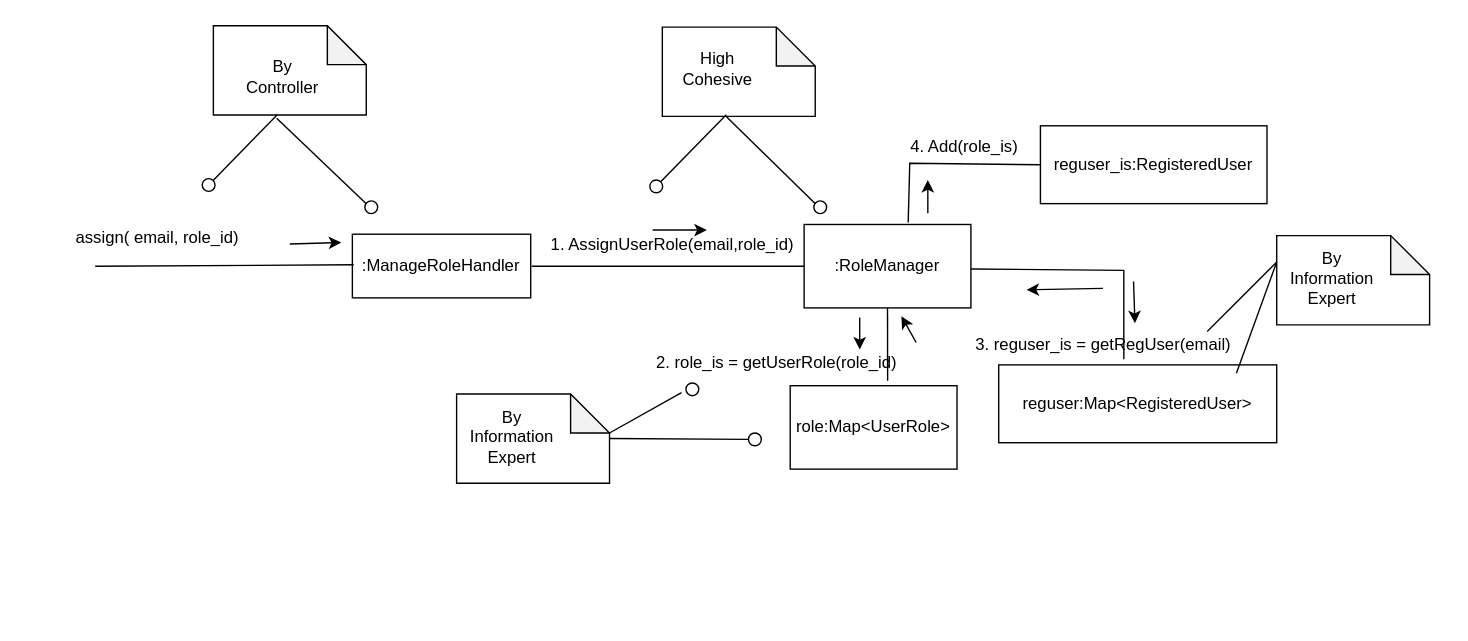
This is page "Page-2" (2 of 3) of operation_diagram_1.drawio from jonamadk/DrawIO, a draw.io file, before an edit. Source tidied: cells renumbered, new cells numbered last; positions are measured from the earlier drawing's top-left corner, leaving out a move shared by most shapes. Both pictures are drawn from the tidied source at 139%, with x=0, y=0 at pixel (24, 24).
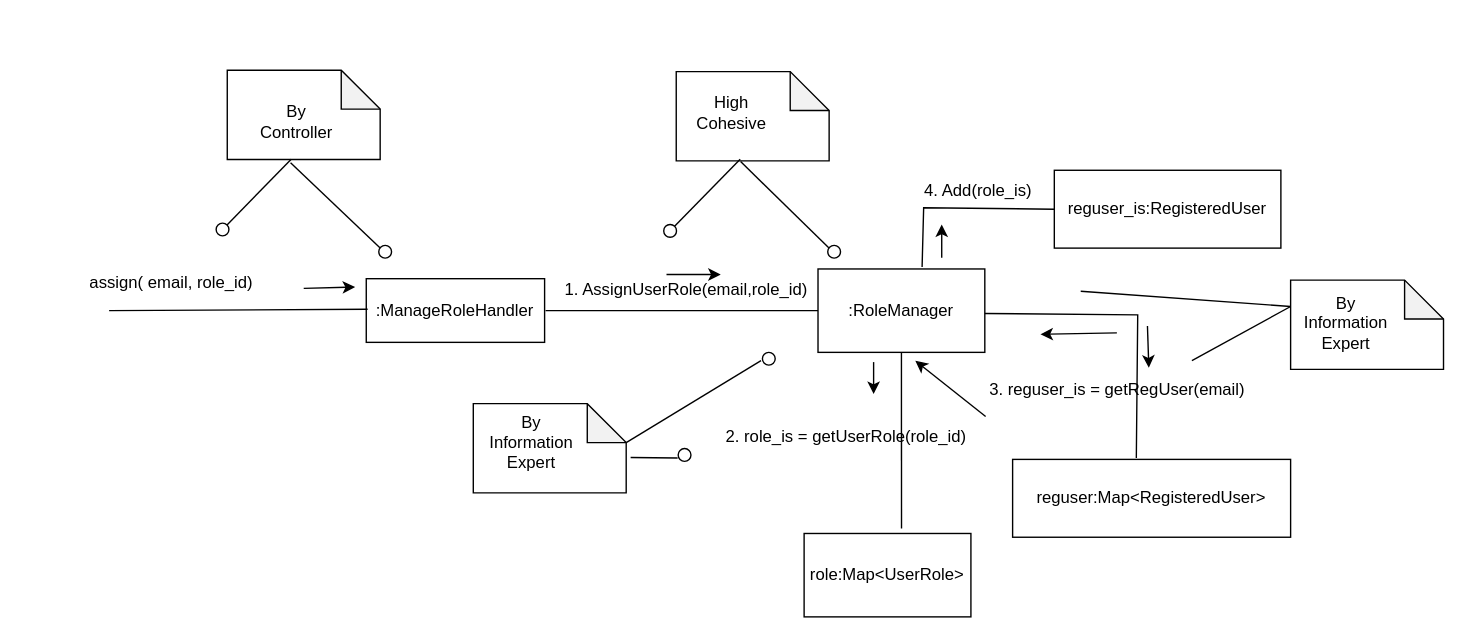
The same diagram, later.

The change refers to these unchanged cells:
```xml
<mxCell id="9" style="group;rotation=0;" parent="4" vertex="1">
  <mxGeometry y="1" width="960" height="320" as="geometry" />
</mxCell>
```

What changed in the source:
```diff
@@
-    <mxCell id="2" style="group;rotation=0;" parent="1" vertex="1">
-      <mxGeometry width="1010" height="394.9" as="geometry" />
-    </mxCell>
-    <mxCell id="3" value="assign( email, role_id)" style="text;html=1;align=center;verticalAlign=middle;whiteSpace=wrap;rounded=0;rotation=0;" parent="2" vertex="1">
-      <mxGeometry x="1" y="140" width="190" height="27.5" as="geometry" />
+    <mxCell id="3" value="assign( email, role_id)" style="text;html=1;align=center;verticalAlign=middle;whiteSpace=wrap;rounded=0;rotation=0;" parent="1" vertex="1">
+      <mxGeometry x="11" y="172" width="190" height="27.5" as="geometry" />
     </mxCell>
-    <mxCell id="4" style="group;rotation=0;" parent="2" vertex="1">
-      <mxGeometry x="51" width="960" height="394.9" as="geometry" />
+    <mxCell id="4" style="group;rotation=0;" parent="1" vertex="1">
+      <mxGeometry x="61" y="32" width="960" height="394.9" as="geometry" />
     </mxCell>
-    <mxCell id="5" style="group;rotation=0;" parent="4" vertex="1">
-      <mxGeometry x="260" y="266" width="110" height="128.3" as="geometry" />
-    </mxCell>
-    <mxCell id="6" style="group;rotation=0;" parent="5" vertex="1">
-      <mxGeometry width="110" height="64.2" as="geometry" />
-    </mxCell>
-    <mxCell id="7" style="shape=note;whiteSpace=wrap;html=1;backgroundOutline=1;darkOpacity=0.05;size=28;rotation=0;" parent="6" vertex="1">
-      <mxGeometry width="110" height="64.2" as="geometry" />
-    </mxCell>
-    <mxCell id="8" value="By Information&lt;div&gt;Expert&lt;/div&gt;" style="text;html=1;align=center;verticalAlign=middle;whiteSpace=wrap;rounded=0;rotation=0;" parent="6" vertex="1">
-      <mxGeometry x="8" y="13" width="64.2" height="36.7" as="geometry" />
-    </mxCell>
@@
-    <mxCell id="14" style="group;rotation=0;" parent="9" vertex="1">
-      <mxGeometry width="850" height="320" as="geometry" />
-    </mxCell>
-    <mxCell id="15" value=":ManageRoleHandler" style="html=1;whiteSpace=wrap;rotation=0;" parent="14" vertex="1">
+    <mxCell id="15" value=":ManageRoleHandler" style="html=1;whiteSpace=wrap;rotation=0;" parent="9" vertex="1">
       <mxGeometry x="185" y="150" width="128.3" height="45.8" as="geometry" />
     </mxCell>
-    <mxCell id="16" style="shape=note;whiteSpace=wrap;html=1;backgroundOutline=1;darkOpacity=0.05;size=28;rotation=0;" parent="14" vertex="1">
+    <mxCell id="16" style="shape=note;whiteSpace=wrap;html=1;backgroundOutline=1;darkOpacity=0.05;size=28;rotation=0;" parent="9" vertex="1">
       <mxGeometry x="85" width="110" height="64.2" as="geometry" />
     </mxCell>
-    <mxCell id="17" value="By Controller" style="text;html=1;align=center;verticalAlign=middle;whiteSpace=wrap;rounded=0;rotation=0;" parent="14" vertex="1">
+    <mxCell id="17" value="By Controller" style="text;html=1;align=center;verticalAlign=middle;whiteSpace=wrap;rounded=0;rotation=0;" parent="9" vertex="1">
       <mxGeometry x="103" y="19" width="64.2" height="36.7" as="geometry" />
     </mxCell>
-    <mxCell id="18" style="endArrow=none;html=1;rounded=0;" parent="14" edge="1" source="20">
+    <mxCell id="18" style="endArrow=none;html=1;rounded=0;" parent="9" edge="1" source="20">
       <mxGeometry relative="1" as="geometry">
         <mxPoint x="131" y="64" as="targetPoint" />
       </mxGeometry>
     </mxCell>
-    <mxCell id="19" style="endArrow=none;html=1;rounded=0;exitX=0.414;exitY=1.038;exitDx=0;exitDy=0;exitPerimeter=0;" parent="14" edge="1" source="16">
+    <mxCell id="19" style="endArrow=none;html=1;rounded=0;exitX=0.414;exitY=1.038;exitDx=0;exitDy=0;exitPerimeter=0;" parent="9" edge="1" source="16">
       <mxGeometry relative="1" as="geometry">
         <mxPoint x="195" y="128" as="targetPoint" />
       </mxGeometry>
     </mxCell>
-    <mxCell id="20" style="ellipse;whiteSpace=wrap;html=1;rotation=0;" parent="14" vertex="1">
+    <mxCell id="20" style="ellipse;whiteSpace=wrap;html=1;rotation=0;" parent="9" vertex="1">
       <mxGeometry x="77" y="110" width="9.2" height="9.2" as="geometry" />
     </mxCell>
-    <mxCell id="21" style="ellipse;whiteSpace=wrap;html=1;rotation=0;" parent="14" vertex="1">
+    <mxCell id="21" style="ellipse;whiteSpace=wrap;html=1;rotation=0;" parent="9" vertex="1">
       <mxGeometry x="194" y="126" width="9.2" height="9.2" as="geometry" />
     </mxCell>
-    <mxCell id="22" style="endArrow=classic;html=1;rounded=0;" parent="14" edge="1">
+    <mxCell id="22" style="endArrow=classic;html=1;rounded=0;" parent="9" edge="1">
       <mxGeometry relative="1" as="geometry">
         <mxPoint x="140" y="157" as="sourcePoint" />
         <mxPoint x="177" y="156" as="targetPoint" />
       </mxGeometry>
     </mxCell>
-    <mxCell id="23" style="endArrow=none;html=1;rounded=0;" parent="14" edge="1">
+    <mxCell id="23" style="endArrow=none;html=1;rounded=0;" parent="9" edge="1">
       <mxGeometry relative="1" as="geometry">
         <mxPoint y="173" as="sourcePoint" />
         <mxPoint x="186" y="172" as="targetPoint" />
       </mxGeometry>
     </mxCell>
-    <mxCell id="24" style="endArrow=none;html=1;rounded=0;entryX=0;entryY=0.5;entryDx=0;entryDy=0;" parent="14" edge="1" target="25">
+    <mxCell id="24" style="endArrow=none;html=1;rounded=0;entryX=0;entryY=0.5;entryDx=0;entryDy=0;" parent="9" edge="1" target="25">
       <mxGeometry relative="1" as="geometry">
         <mxPoint x="314" y="173" as="sourcePoint" />
       </mxGeometry>
     </mxCell>
-    <mxCell id="25" value=":RoleManager" style="rounded=0;whiteSpace=wrap;html=1;rotation=0;" parent="14" vertex="1">
+    <mxCell id="25" value=":RoleManager" style="rounded=0;whiteSpace=wrap;html=1;rotation=0;" parent="9" vertex="1">
       <mxGeometry x="510" y="143" width="120" height="60" as="geometry" />
     </mxCell>
-    <mxCell id="26" value="1. AssignUserRole(email,role_id)" style="text;html=1;align=center;verticalAlign=middle;strokeColor=none;fillColor=none;rotation=0;" parent="14" vertex="1">
+    <mxCell id="26" value="1. AssignUserRole(email,role_id)" style="text;html=1;align=center;verticalAlign=middle;strokeColor=none;fillColor=none;rotation=0;" parent="9" vertex="1">
       <mxGeometry x="315" y="143" width="200" height="30" as="geometry" />
     </mxCell>
-    <mxCell id="27" value="role:Map&amp;lt;UserRole&amp;gt;" style="rounded=0;whiteSpace=wrap;html=1;rotation=0;" parent="14" vertex="1">
-      <mxGeometry x="500" y="259" width="120" height="60" as="geometry" />
-    </mxCell>
-    <mxCell id="28" style="endArrow=none;html=1;rounded=0;exitX=0.584;exitY=-0.061;exitDx=0;exitDy=0;exitPerimeter=0;entryX=0.5;entryY=1;entryDx=0;entryDy=0;" parent="14" edge="1" source="27" target="25">
-      <mxGeometry relative="1" as="geometry" />
-    </mxCell>
-    <mxCell id="29" value="2. role_is = getUserRole(role_id)" style="text;html=1;align=center;verticalAlign=middle;points=[];strokeColor=none;fillColor=none;rotation=0;" parent="14" vertex="1">
-      <mxGeometry x="390" y="228" width="200" height="30" as="geometry" />
+    <mxCell id="29" value="2. role_is = getUserRole(role_id)" style="text;html=1;align=center;verticalAlign=middle;points=[];strokeColor=none;fillColor=none;rotation=0;" parent="9" vertex="1">
+      <mxGeometry x="430" y="249.3" width="200" height="30" as="geometry" />
     </mxCell>
-    <mxCell id="30" value="reguser:Map&amp;lt;RegisteredUser&amp;gt;" style="rounded=0;whiteSpace=wrap;html=1;rotation=0;" parent="14" vertex="1">
-      <mxGeometry x="650" y="244" width="200" height="56" as="geometry" />
+    <mxCell id="30" value="reguser:Map&amp;lt;RegisteredUser&amp;gt;" style="rounded=0;whiteSpace=wrap;html=1;rotation=0;" parent="9" vertex="1">
+      <mxGeometry x="650" y="280" width="200" height="56" as="geometry" />
     </mxCell>
-    <mxCell id="31" style="endArrow=none;html=1;rounded=0;" parent="14" edge="1">
+    <mxCell id="31" style="endArrow=none;html=1;rounded=0;" parent="9" edge="1">
       <mxGeometry relative="1" as="geometry">
         <mxPoint x="630" y="175" as="sourcePoint" />
-        <mxPoint x="740" y="240" as="targetPoint" />
+        <mxPoint x="739" y="279" as="targetPoint" />
         <Array as="points">
           <mxPoint x="740" y="176" />
         </Array>
       </mxGeometry>
     </mxCell>
-    <mxCell id="32" value="3. reguser_is = getRegUser(email)" style="text;html=1;align=center;verticalAlign=middle;strokeColor=none;fillColor=none;rotation=0;" parent="14" vertex="1">
+    <mxCell id="32" value="3. reguser_is = getRegUser(email)" style="text;html=1;align=center;verticalAlign=middle;strokeColor=none;fillColor=none;rotation=0;" parent="9" vertex="1">
       <mxGeometry x="620" y="215" width="210" height="30" as="geometry" />
     </mxCell>
-    <mxCell id="33" value="reguser_is:&lt;span style=&quot;background-color: initial;&quot;&gt;RegisteredUser&lt;/span&gt;" style="rounded=0;whiteSpace=wrap;html=1;rotation=0;" parent="14" vertex="1">
+    <mxCell id="33" value="reguser_is:&lt;span style=&quot;background-color: initial;&quot;&gt;RegisteredUser&lt;/span&gt;" style="rounded=0;whiteSpace=wrap;html=1;rotation=0;" parent="9" vertex="1">
       <mxGeometry x="680" y="72" width="163" height="56" as="geometry" />
     </mxCell>
-    <mxCell id="34" style="endArrow=none;html=1;rounded=0;exitX=0;exitY=0.5;exitDx=0;exitDy=0;entryX=0.624;entryY=-0.024;entryDx=0;entryDy=0;entryPerimeter=0;" parent="14" edge="1" source="33" target="25">
+    <mxCell id="34" style="endArrow=none;html=1;rounded=0;exitX=0;exitY=0.5;exitDx=0;exitDy=0;entryX=0.624;entryY=-0.024;entryDx=0;entryDy=0;entryPerimeter=0;" parent="9" edge="1" source="33" target="25">
       <mxGeometry relative="1" as="geometry">
         <Array as="points">
           <mxPoint x="586" y="99" />
         </Array>
       </mxGeometry>
     </mxCell>
-    <mxCell id="35" value="4. Add(role_is)" style="text;html=1;align=center;verticalAlign=middle;strokeColor=none;fillColor=none;rotation=0;" parent="14" vertex="1">
+    <mxCell id="35" value="4. Add(role_is)" style="text;html=1;align=center;verticalAlign=middle;strokeColor=none;fillColor=none;rotation=0;" parent="9" vertex="1">
       <mxGeometry x="575" y="72" width="100" height="30" as="geometry" />
     </mxCell>
-    <mxCell id="36" style="group;rotation=0;" parent="14" vertex="1">
+    <mxCell id="36" style="group;rotation=0;" parent="9" vertex="1">
       <mxGeometry x="399" width="127.4" height="134.7" as="geometry" />
     </mxCell>
@@
-    <mxCell id="43" style="endArrow=none;html=1;rounded=0;entryX=0;entryY=0.5;entryDx=0;entryDy=0;" parent="14" edge="1" target="45">
+    <mxCell id="43" style="endArrow=none;html=1;rounded=0;exitX=1.029;exitY=0.603;exitDx=0;exitDy=0;exitPerimeter=0;" parent="9" edge="1" source="7">
       <mxGeometry relative="1" as="geometry">
-        <mxPoint x="370" y="297" as="sourcePoint" />
+        <mxPoint x="409" y="279" as="targetPoint" />
       </mxGeometry>
     </mxCell>
-    <mxCell id="44" style="ellipse;whiteSpace=wrap;html=1;rotation=0;" parent="14" vertex="1">
-      <mxGeometry x="425" y="257" width="9.2" height="9.2" as="geometry" />
+    <mxCell id="44" style="ellipse;whiteSpace=wrap;html=1;rotation=0;" parent="9" vertex="1">
+      <mxGeometry x="470" y="203" width="9.2" height="9.2" as="geometry" />
     </mxCell>
-    <mxCell id="45" style="ellipse;whiteSpace=wrap;html=1;rotation=0;" parent="14" vertex="1">
-      <mxGeometry x="470" y="293" width="9.2" height="9.2" as="geometry" />
+    <mxCell id="45" style="ellipse;whiteSpace=wrap;html=1;rotation=0;" parent="9" vertex="1">
+      <mxGeometry x="409.4" y="272.2" width="9.2" height="9.2" as="geometry" />
     </mxCell>
-    <mxCell id="46" style="endArrow=classic;html=1;rounded=0;" parent="14" edge="1">
+    <mxCell id="46" style="endArrow=classic;html=1;rounded=0;" parent="9" edge="1">
       <mxGeometry relative="1" as="geometry">
         <mxPoint x="401" y="147" as="sourcePoint" />
         <mxPoint x="440" y="147" as="targetPoint" />
       </mxGeometry>
     </mxCell>
-    <mxCell id="47" style="endArrow=classic;html=1;rounded=0;" parent="14" edge="1">
+    <mxCell id="47" style="endArrow=classic;html=1;rounded=0;" parent="9" edge="1">
       <mxGeometry relative="1" as="geometry">
         <mxPoint x="550" y="210" as="sourcePoint" />
         <mxPoint x="550" y="233" as="targetPoint" />
       </mxGeometry>
     </mxCell>
-    <mxCell id="48" style="endArrow=classic;html=1;rounded=0;" parent="14" edge="1">
+    <mxCell id="48" style="endArrow=classic;html=1;rounded=0;" parent="9" edge="1">
       <mxGeometry relative="1" as="geometry">
         <mxPoint x="725" y="189" as="sourcePoint" />
         <mxPoint x="670" y="190" as="targetPoint" />
       </mxGeometry>
     </mxCell>
-    <mxCell id="49" style="endArrow=classic;html=1;rounded=0;" parent="14" edge="1">
+    <mxCell id="49" style="endArrow=classic;html=1;rounded=0;" parent="9" edge="1">
       <mxGeometry relative="1" as="geometry">
         <mxPoint x="599" y="135" as="sourcePoint" />
         <mxPoint x="599" y="111" as="targetPoint" />
       </mxGeometry>
     </mxCell>
-    <mxCell id="50" style="endArrow=classic;html=1;rounded=0;" parent="14" edge="1">
+    <mxCell id="50" style="endArrow=classic;html=1;rounded=0;" parent="9" edge="1">
       <mxGeometry relative="1" as="geometry">
         <mxPoint x="747" y="184" as="sourcePoint" />
         <mxPoint x="748" y="214" as="targetPoint" />
       </mxGeometry>
     </mxCell>
-    <mxCell id="51" style="endArrow=classic;html=1;rounded=0;exitX=1.003;exitY=-0.004;exitDx=0;exitDy=0;exitPerimeter=0;" parent="14" edge="1" source="29">
+    <mxCell id="51" style="endArrow=classic;html=1;rounded=0;exitX=1.003;exitY=-0.004;exitDx=0;exitDy=0;exitPerimeter=0;" parent="9" edge="1" source="29">
       <mxGeometry relative="1" as="geometry">
         <mxPoint x="580" y="209" as="targetPoint" />
       </mxGeometry>
     </mxCell>
-    <mxCell id="52" style="endArrow=none;html=1;rounded=0;" parent="14" edge="1">
+    <mxCell id="52" style="endArrow=none;html=1;rounded=0;" parent="9" edge="1">
       <mxGeometry relative="1" as="geometry">
-        <mxPoint x="800" y="220" as="sourcePoint" />
+        <mxPoint x="699" y="159" as="sourcePoint" />
         <mxPoint x="850" y="170" as="targetPoint" />
       </mxGeometry>
     </mxCell>
-    <mxCell id="53" style="endArrow=none;html=1;rounded=0;" parent="14" edge="1">
+    <mxCell id="53" style="endArrow=none;html=1;rounded=0;" parent="9" edge="1">
       <mxGeometry relative="1" as="geometry">
-        <mxPoint x="821" y="250" as="sourcePoint" />
+        <mxPoint x="779" y="209" as="sourcePoint" />
         <mxPoint x="850" y="170" as="targetPoint" />
       </mxGeometry>
     </mxCell>
+    <mxCell id="7" style="shape=note;whiteSpace=wrap;html=1;backgroundOutline=1;darkOpacity=0.05;size=28;rotation=0;" parent="9" vertex="1">
+      <mxGeometry x="262" y="239.9" width="110" height="64.2" as="geometry" />
+    </mxCell>
-    <mxCell id="54" style="endArrow=none;html=1;rounded=0;exitX=0;exitY=0;exitDx=110.0005063291139;exitDy=28;exitPerimeter=0;entryX=0.159;entryY=1.2;entryDx=0;entryDy=0;entryPerimeter=0;" parent="4" edge="1" source="7" target="29">
-      <mxGeometry relative="1" as="geometry" />
+    <mxCell id="54" style="endArrow=none;html=1;rounded=0;exitX=0;exitY=0;exitDx=110.0005063291139;exitDy=28;exitPerimeter=0;" parent="9" edge="1" source="7">
+      <mxGeometry relative="1" as="geometry">
+        <mxPoint x="469" y="209" as="targetPoint" />
+      </mxGeometry>
     </mxCell>
+    <mxCell id="8" value="By Information&lt;div&gt;Expert&lt;/div&gt;" style="text;html=1;align=center;verticalAlign=middle;whiteSpace=wrap;rounded=0;rotation=0;" parent="9" vertex="1">
+      <mxGeometry x="268" y="245" width="72" height="45" as="geometry" />
+    </mxCell>
+    <mxCell id="27" value="role:Map&amp;lt;UserRole&amp;gt;" style="rounded=0;whiteSpace=wrap;html=1;rotation=0;" parent="4" vertex="1">
+      <mxGeometry x="500" y="334.3" width="120" height="60" as="geometry" />
+    </mxCell>
+    <mxCell id="28" style="endArrow=none;html=1;rounded=0;exitX=0.584;exitY=-0.061;exitDx=0;exitDy=0;exitPerimeter=0;entryX=0.5;entryY=1;entryDx=0;entryDy=0;" parent="4" edge="1" source="27" target="25">
+      <mxGeometry relative="1" as="geometry" />
+    </mxCell>
```
